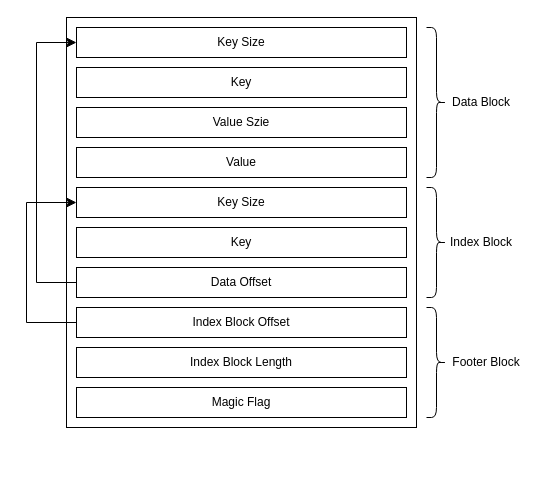
The draw.io diagram design/sst.drawio in Kamijoucen/HiFiDB, before the edit. Source tidied: cells renumbered, new cells numbered last; positions are measured from the earlier drawing's top-left corner, leaving out a move shared by most shapes. Both pictures are drawn from the tidied source at 100%, with x=0, y=0 at pixel (26, 17).
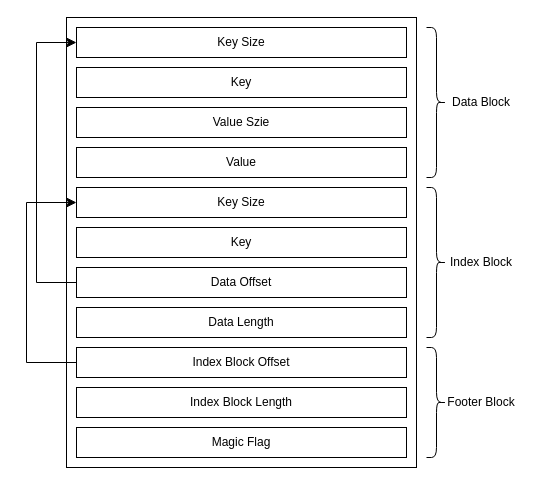
After the change.

What changed in the source:
```diff
@@
     <mxCell id="2" style="rounded=0;whiteSpace=wrap;html=1;" parent="1" vertex="1">
-      <mxGeometry x="40" width="350" height="410" as="geometry" />
+      <mxGeometry x="40" width="350" height="450" as="geometry" />
     </mxCell>
@@
     <mxCell id="12" style="shape=curlyBracket;whiteSpace=wrap;html=1;rounded=1;flipH=1;labelPosition=right;verticalLabelPosition=middle;align=left;verticalAlign=middle;" parent="1" vertex="1">
-      <mxGeometry x="400" y="170" width="20" height="110" as="geometry" />
+      <mxGeometry x="400" y="170" width="20" height="150" as="geometry" />
     </mxCell>
     <mxCell id="13" value="Index Block" style="text;html=1;strokeColor=none;fillColor=none;align=center;verticalAlign=middle;whiteSpace=wrap;rounded=0;" parent="1" vertex="1">
-      <mxGeometry x="420" y="210" width="70" height="30" as="geometry" />
+      <mxGeometry x="420" y="230" width="70" height="30" as="geometry" />
     </mxCell>
     <mxCell id="14" value="Index Block Offset" style="rounded=0;whiteSpace=wrap;html=1;" parent="1" vertex="1">
-      <mxGeometry x="50" y="290" width="330" height="30" as="geometry" />
+      <mxGeometry x="50" y="330" width="330" height="30" as="geometry" />
     </mxCell>
     <mxCell id="15" value="Index Block Length" style="rounded=0;whiteSpace=wrap;html=1;" parent="1" vertex="1">
-      <mxGeometry x="50" y="330" width="330" height="30" as="geometry" />
+      <mxGeometry x="50" y="370" width="330" height="30" as="geometry" />
     </mxCell>
     <mxCell id="16" value="Magic Flag" style="rounded=0;whiteSpace=wrap;html=1;" parent="1" vertex="1">
-      <mxGeometry x="50" y="370" width="330" height="30" as="geometry" />
+      <mxGeometry x="50" y="410" width="330" height="30" as="geometry" />
     </mxCell>
     <mxCell id="17" style="shape=curlyBracket;whiteSpace=wrap;html=1;rounded=1;flipH=1;labelPosition=right;verticalLabelPosition=middle;align=left;verticalAlign=middle;" parent="1" vertex="1">
-      <mxGeometry x="400" y="290" width="20" height="110" as="geometry" />
+      <mxGeometry x="400" y="330" width="20" height="110" as="geometry" />
     </mxCell>
     <mxCell id="18" value="Footer Block" style="text;html=1;strokeColor=none;fillColor=none;align=center;verticalAlign=middle;whiteSpace=wrap;rounded=0;" parent="1" vertex="1">
-      <mxGeometry x="420" y="330" width="80" height="30" as="geometry" />
+      <mxGeometry x="415" y="370" width="80" height="30" as="geometry" />
     </mxCell>
@@
+    <mxCell id="21" value="Data Length" style="rounded=0;whiteSpace=wrap;html=1;" parent="1" vertex="1">
+      <mxGeometry x="50" y="290" width="330" height="30" as="geometry" />
+    </mxCell>
```
